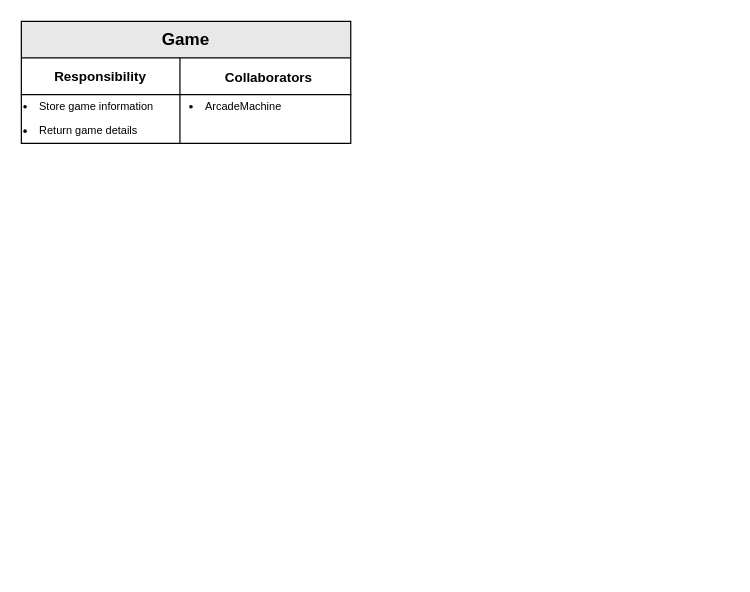
The draw.io diagram page "CRC" (1 of 4) of diagrams.drawio in ProyectoFinalSoftwareModeling/SmartCommute, before the edit. Source tidied: cells renumbered, new cells numbered last; positions are measured from the earlier drawing's top-left corner, leaving out a move shared by most shapes. Both pictures are drawn from the tidied source at 122%, with x=0, y=0 at pixel (21, 21).
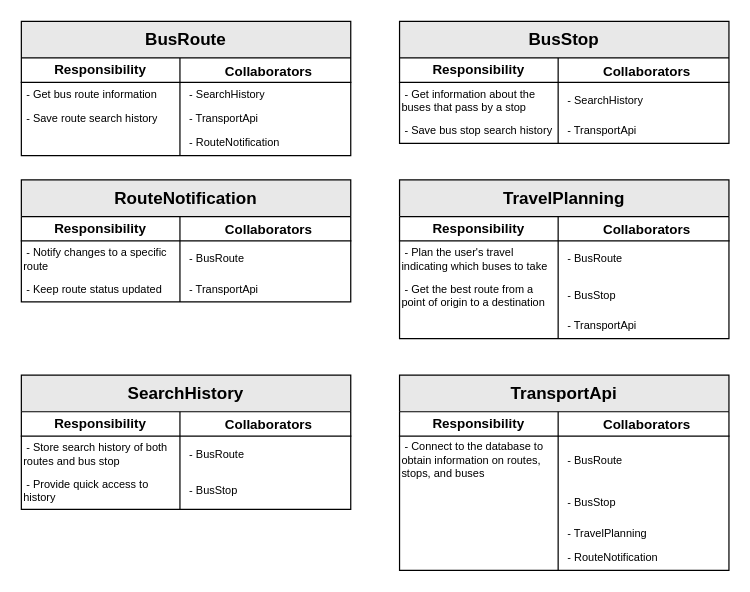
The same page after the edit.

Commit message:
Added BusRoute, BusStop, RouteNotification, TravelPlanning, SearchHistory, TransportApi in CRC cards

What changed in the source:
```diff
@@
-    <mxCell id="2" value="&lt;span style=&quot;text-wrap: nowrap;&quot;&gt;&lt;font style=&quot;font-size: 14px;&quot;&gt;Game&lt;/font&gt;&lt;/span&gt;" style="shape=table;startSize=30;childLayout=tableLayout;rowLines=0;fontStyle=1;align=center;html=1;whiteSpace=wrap;swimlaneLine=1;rounded=0;shadow=0;gradientColor=none;fillStyle=auto;fillColor=#E8E8E8;" parent="1" vertex="1">
-      <mxGeometry width="270" height="100" as="geometry" />
+    <mxCell id="2" value="&lt;span style=&quot;text-wrap: nowrap;&quot;&gt;&lt;font style=&quot;font-size: 14px;&quot;&gt;BusRoute&lt;/font&gt;&lt;/span&gt;" style="shape=table;startSize=30;childLayout=tableLayout;rowLines=0;fontStyle=1;align=center;html=1;whiteSpace=wrap;swimlaneLine=1;rounded=0;shadow=0;gradientColor=none;fillStyle=auto;fillColor=#E8E8E8;" parent="1" vertex="1">
+      <mxGeometry width="270" height="110" as="geometry" />
     </mxCell>
     <mxCell id="3" style="shape=tableRow;horizontal=0;startSize=0;swimlaneHead=0;swimlaneBody=0;fillColor=none;top=0;left=0;right=0;bottom=1;html=1;fontStyle=4;" parent="2" vertex="1">
-      <mxGeometry y="30" width="270" height="30" as="geometry" />
+      <mxGeometry y="30" width="270" height="20" as="geometry" />
     </mxCell>
     <mxCell id="4" value="&lt;span style=&quot;font-size: 11px;&quot;&gt;Responsibility&lt;/span&gt;" style="shape=partialRectangle;fillColor=none;top=0;left=0;bottom=0;right=0;fontStyle=1;overflow=hidden;html=1;whiteSpace=wrap;fontSize=11;" parent="3" vertex="1">
-      <mxGeometry width="130" height="30" as="geometry" />
+      <mxGeometry width="130" height="20" as="geometry" />
     </mxCell>
     <mxCell id="5" value="&lt;div style=&quot;&quot;&gt;&lt;font style=&quot;font-size: 11px;&quot;&gt;Collaborators&lt;/font&gt;&lt;/div&gt;" style="shape=partialRectangle;fillColor=none;top=0;left=0;bottom=0;right=0;align=center;spacingLeft=6;fontStyle=1;overflow=hidden;html=1;whiteSpace=wrap;fontSize=13;" parent="3" vertex="1">
-      <mxGeometry x="130" width="140" height="30" as="geometry" />
+      <mxGeometry x="130" width="140" height="20" as="geometry" />
     </mxCell>
     <mxCell id="6" style="shape=tableRow;horizontal=0;startSize=0;swimlaneHead=0;swimlaneBody=0;fillColor=none;top=0;left=0;right=0;bottom=0;html=1;" parent="2" vertex="1">
-      <mxGeometry y="60" width="270" height="20" as="geometry" />
+      <mxGeometry y="50" width="270" height="20" as="geometry" />
     </mxCell>
-    <mxCell id="7" value="&lt;li style=&quot;font-size: 9px;&quot;&gt;Store game information&lt;/li&gt;" style="shape=partialRectangle;fillColor=none;top=0;left=0;bottom=0;right=0;overflow=hidden;html=1;whiteSpace=wrap;align=left;fontSize=9;" parent="6" vertex="1">
+    <mxCell id="7" value="&amp;nbsp;- Get bus route information" style="shape=partialRectangle;fillColor=none;top=0;left=0;bottom=0;right=0;overflow=hidden;html=1;whiteSpace=wrap;align=left;fontSize=9;" parent="6" vertex="1">
       <mxGeometry width="130" height="20" as="geometry" />
     </mxCell>
-    <mxCell id="8" value="&lt;li&gt;ArcadeMachine&lt;/li&gt;" style="shape=partialRectangle;fillColor=none;top=0;left=0;bottom=0;right=0;align=left;spacingLeft=6;overflow=hidden;html=1;whiteSpace=wrap;fontSize=9;" parent="6" vertex="1">
+    <mxCell id="8" value="- SearchHistory" style="shape=partialRectangle;fillColor=none;top=0;left=0;bottom=0;right=0;align=left;spacingLeft=6;overflow=hidden;html=1;whiteSpace=wrap;fontSize=9;" parent="6" vertex="1">
       <mxGeometry x="130" width="140" height="20" as="geometry" />
     </mxCell>
     <mxCell id="9" style="shape=tableRow;horizontal=0;startSize=0;swimlaneHead=0;swimlaneBody=0;fillColor=none;top=0;left=0;right=0;bottom=0;html=1;" parent="2" vertex="1">
-      <mxGeometry y="80" width="270" height="20" as="geometry" />
+      <mxGeometry y="70" width="270" height="20" as="geometry" />
     </mxCell>
-    <mxCell id="10" value="&lt;li&gt;Return game details&lt;/li&gt;" style="shape=partialRectangle;fillColor=none;top=0;left=0;bottom=0;right=0;overflow=hidden;html=1;whiteSpace=wrap;fontSize=9;align=left;" parent="9" vertex="1">
+    <mxCell id="10" value="&amp;nbsp;- Save route search history" style="shape=partialRectangle;fillColor=none;top=0;left=0;bottom=0;right=0;overflow=hidden;html=1;whiteSpace=wrap;fontSize=9;align=left;" parent="9" vertex="1">
       <mxGeometry width="130" height="20" as="geometry" />
     </mxCell>
-    <mxCell id="11" style="shape=partialRectangle;fillColor=none;top=0;left=0;bottom=0;right=0;align=left;spacingLeft=6;overflow=hidden;html=1;whiteSpace=wrap;fontSize=9;" parent="9" vertex="1">
+    <mxCell id="11" value="- TransportApi" style="shape=partialRectangle;fillColor=none;top=0;left=0;bottom=0;right=0;align=left;spacingLeft=6;overflow=hidden;html=1;whiteSpace=wrap;fontSize=9;" parent="9" vertex="1">
       <mxGeometry x="130" width="140" height="20" as="geometry" />
     </mxCell>
+    <mxCell id="12" style="shape=tableRow;horizontal=0;startSize=0;swimlaneHead=0;swimlaneBody=0;fillColor=none;top=0;left=0;right=0;bottom=0;html=1;" parent="2" vertex="1">
+      <mxGeometry y="90" width="270" height="20" as="geometry" />
+    </mxCell>
+    <mxCell id="13" style="shape=partialRectangle;fillColor=none;top=0;left=0;bottom=0;right=0;overflow=hidden;html=1;whiteSpace=wrap;fontSize=9;align=left;" parent="12" vertex="1">
+      <mxGeometry width="130" height="20" as="geometry" />
+    </mxCell>
+    <mxCell id="14" value="- RouteNotification" style="shape=partialRectangle;fillColor=none;top=0;left=0;bottom=0;right=0;align=left;spacingLeft=6;overflow=hidden;html=1;whiteSpace=wrap;fontSize=9;" parent="12" vertex="1">
+      <mxGeometry x="130" width="140" height="20" as="geometry" />
+    </mxCell>
+    <mxCell id="15" value="&lt;span style=&quot;text-wrap: nowrap;&quot;&gt;&lt;font style=&quot;font-size: 14px;&quot;&gt;BusStop&lt;/font&gt;&lt;/span&gt;" style="shape=table;startSize=30;childLayout=tableLayout;rowLines=0;fontStyle=1;align=center;html=1;whiteSpace=wrap;swimlaneLine=1;rounded=0;shadow=0;gradientColor=none;fillStyle=auto;fillColor=#E8E8E8;" parent="1" vertex="1">
+      <mxGeometry x="310" width="270" height="100" as="geometry" />
+    </mxCell>
+    <mxCell id="16" style="shape=tableRow;horizontal=0;startSize=0;swimlaneHead=0;swimlaneBody=0;fillColor=none;top=0;left=0;right=0;bottom=1;html=1;fontStyle=4;" parent="15" vertex="1">
+      <mxGeometry y="30" width="270" height="20" as="geometry" />
+    </mxCell>
+    <mxCell id="17" value="&lt;span style=&quot;font-size: 11px;&quot;&gt;Responsibility&lt;/span&gt;" style="shape=partialRectangle;fillColor=none;top=0;left=0;bottom=0;right=0;fontStyle=1;overflow=hidden;html=1;whiteSpace=wrap;fontSize=11;" parent="16" vertex="1">
+      <mxGeometry width="130" height="20" as="geometry" />
+    </mxCell>
+    <mxCell id="18" value="&lt;div style=&quot;&quot;&gt;&lt;font style=&quot;font-size: 11px;&quot;&gt;Collaborators&lt;/font&gt;&lt;/div&gt;" style="shape=partialRectangle;fillColor=none;top=0;left=0;bottom=0;right=0;align=center;spacingLeft=6;fontStyle=1;overflow=hidden;html=1;whiteSpace=wrap;fontSize=13;" parent="16" vertex="1">
+      <mxGeometry x="130" width="140" height="20" as="geometry" />
+    </mxCell>
+    <mxCell id="19" style="shape=tableRow;horizontal=0;startSize=0;swimlaneHead=0;swimlaneBody=0;fillColor=none;top=0;left=0;right=0;bottom=0;html=1;" parent="15" vertex="1">
+      <mxGeometry y="50" width="270" height="30" as="geometry" />
+    </mxCell>
+    <mxCell id="20" value="&amp;nbsp;- Get information about the buses that pass by a stop" style="shape=partialRectangle;fillColor=none;top=0;left=0;bottom=0;right=0;overflow=hidden;html=1;whiteSpace=wrap;align=left;fontSize=9;" parent="19" vertex="1">
+      <mxGeometry width="130" height="30" as="geometry" />
+    </mxCell>
+    <mxCell id="21" value="- SearchHistory" style="shape=partialRectangle;fillColor=none;top=0;left=0;bottom=0;right=0;align=left;spacingLeft=6;overflow=hidden;html=1;whiteSpace=wrap;fontSize=9;" parent="19" vertex="1">
+      <mxGeometry x="130" width="140" height="30" as="geometry" />
+    </mxCell>
+    <mxCell id="22" style="shape=tableRow;horizontal=0;startSize=0;swimlaneHead=0;swimlaneBody=0;fillColor=none;top=0;left=0;right=0;bottom=0;html=1;" parent="15" vertex="1">
+      <mxGeometry y="80" width="270" height="20" as="geometry" />
+    </mxCell>
+    <mxCell id="23" value="&amp;nbsp;- Save bus stop search history" style="shape=partialRectangle;fillColor=none;top=0;left=0;bottom=0;right=0;overflow=hidden;html=1;whiteSpace=wrap;fontSize=9;align=left;" parent="22" vertex="1">
+      <mxGeometry width="130" height="20" as="geometry" />
+    </mxCell>
+    <mxCell id="24" value="- TransportApi" style="shape=partialRectangle;fillColor=none;top=0;left=0;bottom=0;right=0;align=left;spacingLeft=6;overflow=hidden;html=1;whiteSpace=wrap;fontSize=9;" parent="22" vertex="1">
+      <mxGeometry x="130" width="140" height="20" as="geometry" />
+    </mxCell>
+    <mxCell id="25" value="&lt;span style=&quot;text-wrap: nowrap;&quot;&gt;&lt;font style=&quot;font-size: 14px;&quot;&gt;RouteNotification&lt;/font&gt;&lt;/span&gt;" style="shape=table;startSize=30;childLayout=tableLayout;rowLines=0;fontStyle=1;align=center;html=1;whiteSpace=wrap;swimlaneLine=1;rounded=0;shadow=0;gradientColor=none;fillStyle=auto;fillColor=#E8E8E8;" parent="1" vertex="1">
+      <mxGeometry y="130" width="270" height="100" as="geometry" />
+    </mxCell>
+    <mxCell id="26" style="shape=tableRow;horizontal=0;startSize=0;swimlaneHead=0;swimlaneBody=0;fillColor=none;top=0;left=0;right=0;bottom=1;html=1;fontStyle=4;" parent="25" vertex="1">
+      <mxGeometry y="30" width="270" height="20" as="geometry" />
+    </mxCell>
+    <mxCell id="27" value="&lt;span style=&quot;font-size: 11px;&quot;&gt;Responsibility&lt;/span&gt;" style="shape=partialRectangle;fillColor=none;top=0;left=0;bottom=0;right=0;fontStyle=1;overflow=hidden;html=1;whiteSpace=wrap;fontSize=11;" parent="26" vertex="1">
+      <mxGeometry width="130" height="20" as="geometry" />
+    </mxCell>
+    <mxCell id="28" value="&lt;div style=&quot;&quot;&gt;&lt;font style=&quot;font-size: 11px;&quot;&gt;Collaborators&lt;/font&gt;&lt;/div&gt;" style="shape=partialRectangle;fillColor=none;top=0;left=0;bottom=0;right=0;align=center;spacingLeft=6;fontStyle=1;overflow=hidden;html=1;whiteSpace=wrap;fontSize=13;" parent="26" vertex="1">
+      <mxGeometry x="130" width="140" height="20" as="geometry" />
+    </mxCell>
+    <mxCell id="29" style="shape=tableRow;horizontal=0;startSize=0;swimlaneHead=0;swimlaneBody=0;fillColor=none;top=0;left=0;right=0;bottom=0;html=1;" parent="25" vertex="1">
+      <mxGeometry y="50" width="270" height="30" as="geometry" />
+    </mxCell>
+    <mxCell id="30" value="&amp;nbsp;-&amp;nbsp;Notify changes to a specific route" style="shape=partialRectangle;fillColor=none;top=0;left=0;bottom=0;right=0;overflow=hidden;html=1;whiteSpace=wrap;align=left;fontSize=9;" parent="29" vertex="1">
+      <mxGeometry width="130" height="30" as="geometry" />
+    </mxCell>
+    <mxCell id="31" value="- BusRoute" style="shape=partialRectangle;fillColor=none;top=0;left=0;bottom=0;right=0;align=left;spacingLeft=6;overflow=hidden;html=1;whiteSpace=wrap;fontSize=9;" parent="29" vertex="1">
+      <mxGeometry x="130" width="140" height="30" as="geometry" />
+    </mxCell>
+    <mxCell id="32" style="shape=tableRow;horizontal=0;startSize=0;swimlaneHead=0;swimlaneBody=0;fillColor=none;top=0;left=0;right=0;bottom=0;html=1;" parent="25" vertex="1">
+      <mxGeometry y="80" width="270" height="20" as="geometry" />
+    </mxCell>
+    <mxCell id="33" value="&amp;nbsp;- Keep route status updated" style="shape=partialRectangle;fillColor=none;top=0;left=0;bottom=0;right=0;overflow=hidden;html=1;whiteSpace=wrap;fontSize=9;align=left;" parent="32" vertex="1">
+      <mxGeometry width="130" height="20" as="geometry" />
+    </mxCell>
+    <mxCell id="34" value="- TransportApi" style="shape=partialRectangle;fillColor=none;top=0;left=0;bottom=0;right=0;align=left;spacingLeft=6;overflow=hidden;html=1;whiteSpace=wrap;fontSize=9;" parent="32" vertex="1">
+      <mxGeometry x="130" width="140" height="20" as="geometry" />
+    </mxCell>
+    <mxCell id="35" value="&lt;span style=&quot;text-wrap: nowrap;&quot;&gt;&lt;font style=&quot;font-size: 14px;&quot;&gt;TravelPlanning&lt;/font&gt;&lt;/span&gt;" style="shape=table;startSize=30;childLayout=tableLayout;rowLines=0;fontStyle=1;align=center;html=1;whiteSpace=wrap;swimlaneLine=1;rounded=0;shadow=0;gradientColor=none;fillStyle=auto;fillColor=#E8E8E8;" parent="1" vertex="1">
+      <mxGeometry x="310" y="130" width="270" height="130" as="geometry" />
+    </mxCell>
+    <mxCell id="36" style="shape=tableRow;horizontal=0;startSize=0;swimlaneHead=0;swimlaneBody=0;fillColor=none;top=0;left=0;right=0;bottom=1;html=1;fontStyle=4;" parent="35" vertex="1">
+      <mxGeometry y="30" width="270" height="20" as="geometry" />
+    </mxCell>
+    <mxCell id="37" value="&lt;span style=&quot;font-size: 11px;&quot;&gt;Responsibility&lt;/span&gt;" style="shape=partialRectangle;fillColor=none;top=0;left=0;bottom=0;right=0;fontStyle=1;overflow=hidden;html=1;whiteSpace=wrap;fontSize=11;" parent="36" vertex="1">
+      <mxGeometry width="130" height="20" as="geometry" />
+    </mxCell>
+    <mxCell id="38" value="&lt;div style=&quot;&quot;&gt;&lt;font style=&quot;font-size: 11px;&quot;&gt;Collaborators&lt;/font&gt;&lt;/div&gt;" style="shape=partialRectangle;fillColor=none;top=0;left=0;bottom=0;right=0;align=center;spacingLeft=6;fontStyle=1;overflow=hidden;html=1;whiteSpace=wrap;fontSize=13;" parent="36" vertex="1">
+      <mxGeometry x="130" width="140" height="20" as="geometry" />
+    </mxCell>
+    <mxCell id="39" style="shape=tableRow;horizontal=0;startSize=0;swimlaneHead=0;swimlaneBody=0;fillColor=none;top=0;left=0;right=0;bottom=0;html=1;" parent="35" vertex="1">
+      <mxGeometry y="50" width="270" height="30" as="geometry" />
+    </mxCell>
+    <mxCell id="40" value="&amp;nbsp;-&amp;nbsp;Plan the user's travel indicating which buses to take" style="shape=partialRectangle;fillColor=none;top=0;left=0;bottom=0;right=0;overflow=hidden;html=1;whiteSpace=wrap;align=left;fontSize=9;" parent="39" vertex="1">
+      <mxGeometry width="130" height="30" as="geometry" />
+    </mxCell>
+    <mxCell id="41" value="- BusRoute" style="shape=partialRectangle;fillColor=none;top=0;left=0;bottom=0;right=0;align=left;spacingLeft=6;overflow=hidden;html=1;whiteSpace=wrap;fontSize=9;" parent="39" vertex="1">
+      <mxGeometry x="130" width="140" height="30" as="geometry" />
+    </mxCell>
+    <mxCell id="42" style="shape=tableRow;horizontal=0;startSize=0;swimlaneHead=0;swimlaneBody=0;fillColor=none;top=0;left=0;right=0;bottom=0;html=1;" parent="35" vertex="1">
+      <mxGeometry y="80" width="270" height="30" as="geometry" />
+    </mxCell>
+    <mxCell id="43" value="&amp;nbsp;- Get the best route from a point of origin to a destination" style="shape=partialRectangle;fillColor=none;top=0;left=0;bottom=0;right=0;overflow=hidden;html=1;whiteSpace=wrap;fontSize=9;align=left;" parent="42" vertex="1">
+      <mxGeometry width="130" height="30" as="geometry" />
+    </mxCell>
+    <mxCell id="44" value="- BusStop" style="shape=partialRectangle;fillColor=none;top=0;left=0;bottom=0;right=0;align=left;spacingLeft=6;overflow=hidden;html=1;whiteSpace=wrap;fontSize=9;" parent="42" vertex="1">
+      <mxGeometry x="130" width="140" height="30" as="geometry" />
+    </mxCell>
+    <mxCell id="45" style="shape=tableRow;horizontal=0;startSize=0;swimlaneHead=0;swimlaneBody=0;fillColor=none;top=0;left=0;right=0;bottom=0;html=1;" parent="35" vertex="1">
+      <mxGeometry y="110" width="270" height="20" as="geometry" />
+    </mxCell>
+    <mxCell id="46" style="shape=partialRectangle;fillColor=none;top=0;left=0;bottom=0;right=0;overflow=hidden;html=1;whiteSpace=wrap;fontSize=9;align=left;" parent="45" vertex="1">
+      <mxGeometry width="130" height="20" as="geometry" />
+    </mxCell>
+    <mxCell id="47" value="- TransportApi" style="shape=partialRectangle;fillColor=none;top=0;left=0;bottom=0;right=0;align=left;spacingLeft=6;overflow=hidden;html=1;whiteSpace=wrap;fontSize=9;" parent="45" vertex="1">
+      <mxGeometry x="130" width="140" height="20" as="geometry" />
+    </mxCell>
+    <mxCell id="48" value="&lt;span style=&quot;text-wrap: nowrap;&quot;&gt;&lt;font style=&quot;font-size: 14px;&quot;&gt;SearchHistory&lt;/font&gt;&lt;/span&gt;" style="shape=table;startSize=30;childLayout=tableLayout;rowLines=0;fontStyle=1;align=center;html=1;whiteSpace=wrap;swimlaneLine=1;rounded=0;shadow=0;gradientColor=none;fillStyle=auto;fillColor=#E8E8E8;" parent="1" vertex="1">
+      <mxGeometry y="290" width="270" height="110" as="geometry" />
+    </mxCell>
+    <mxCell id="49" style="shape=tableRow;horizontal=0;startSize=0;swimlaneHead=0;swimlaneBody=0;fillColor=none;top=0;left=0;right=0;bottom=1;html=1;fontStyle=4;" parent="48" vertex="1">
+      <mxGeometry y="30" width="270" height="20" as="geometry" />
+    </mxCell>
+    <mxCell id="50" value="&lt;span style=&quot;font-size: 11px;&quot;&gt;Responsibility&lt;/span&gt;" style="shape=partialRectangle;fillColor=none;top=0;left=0;bottom=0;right=0;fontStyle=1;overflow=hidden;html=1;whiteSpace=wrap;fontSize=11;" parent="49" vertex="1">
+      <mxGeometry width="130" height="20" as="geometry" />
+    </mxCell>
+    <mxCell id="51" value="&lt;div style=&quot;&quot;&gt;&lt;font style=&quot;font-size: 11px;&quot;&gt;Collaborators&lt;/font&gt;&lt;/div&gt;" style="shape=partialRectangle;fillColor=none;top=0;left=0;bottom=0;right=0;align=center;spacingLeft=6;fontStyle=1;overflow=hidden;html=1;whiteSpace=wrap;fontSize=13;" parent="49" vertex="1">
+      <mxGeometry x="130" width="140" height="20" as="geometry" />
+    </mxCell>
+    <mxCell id="52" style="shape=tableRow;horizontal=0;startSize=0;swimlaneHead=0;swimlaneBody=0;fillColor=none;top=0;left=0;right=0;bottom=0;html=1;" parent="48" vertex="1">
+      <mxGeometry y="50" width="270" height="30" as="geometry" />
+    </mxCell>
+    <mxCell id="53" value="&amp;nbsp;-&amp;nbsp;Store search history of both routes and bus stop" style="shape=partialRectangle;fillColor=none;top=0;left=0;bottom=0;right=0;overflow=hidden;html=1;whiteSpace=wrap;align=left;fontSize=9;" parent="52" vertex="1">
+      <mxGeometry width="130" height="30" as="geometry" />
+    </mxCell>
+    <mxCell id="54" value="- BusRoute" style="shape=partialRectangle;fillColor=none;top=0;left=0;bottom=0;right=0;align=left;spacingLeft=6;overflow=hidden;html=1;whiteSpace=wrap;fontSize=9;" parent="52" vertex="1">
+      <mxGeometry x="130" width="140" height="30" as="geometry" />
+    </mxCell>
+    <mxCell id="55" style="shape=tableRow;horizontal=0;startSize=0;swimlaneHead=0;swimlaneBody=0;fillColor=none;top=0;left=0;right=0;bottom=0;html=1;" parent="48" vertex="1">
+      <mxGeometry y="80" width="270" height="30" as="geometry" />
+    </mxCell>
+    <mxCell id="56" value="&amp;nbsp;- Provide quick access to history" style="shape=partialRectangle;fillColor=none;top=0;left=0;bottom=0;right=0;overflow=hidden;html=1;whiteSpace=wrap;fontSize=9;align=left;" parent="55" vertex="1">
+      <mxGeometry width="130" height="30" as="geometry" />
+    </mxCell>
+    <mxCell id="57" value="- BusStop" style="shape=partialRectangle;fillColor=none;top=0;left=0;bottom=0;right=0;align=left;spacingLeft=6;overflow=hidden;html=1;whiteSpace=wrap;fontSize=9;" parent="55" vertex="1">
+      <mxGeometry x="130" width="140" height="30" as="geometry" />
+    </mxCell>
+    <mxCell id="58" value="&lt;span style=&quot;text-wrap: nowrap;&quot;&gt;&lt;font style=&quot;font-size: 14px;&quot;&gt;TransportApi&lt;/font&gt;&lt;/span&gt;" style="shape=table;startSize=30;childLayout=tableLayout;rowLines=0;fontStyle=1;align=center;html=1;whiteSpace=wrap;swimlaneLine=1;rounded=0;shadow=0;gradientColor=none;fillStyle=auto;fillColor=#E8E8E8;" parent="1" vertex="1">
+      <mxGeometry x="310" y="290" width="270" height="160" as="geometry" />
+    </mxCell>
+    <mxCell id="59" style="shape=tableRow;horizontal=0;startSize=0;swimlaneHead=0;swimlaneBody=0;fillColor=none;top=0;left=0;right=0;bottom=1;html=1;fontStyle=4;" parent="58" vertex="1">
+      <mxGeometry y="30" width="270" height="20" as="geometry" />
+    </mxCell>
+    <mxCell id="60" value="&lt;span style=&quot;font-size: 11px;&quot;&gt;Responsibility&lt;/span&gt;" style="shape=partialRectangle;fillColor=none;top=0;left=0;bottom=0;right=0;fontStyle=1;overflow=hidden;html=1;whiteSpace=wrap;fontSize=11;" parent="59" vertex="1">
+      <mxGeometry width="130" height="20" as="geometry" />
+    </mxCell>
+    <mxCell id="61" value="&lt;div style=&quot;&quot;&gt;&lt;font style=&quot;font-size: 11px;&quot;&gt;Collaborators&lt;/font&gt;&lt;/div&gt;" style="shape=partialRectangle;fillColor=none;top=0;left=0;bottom=0;right=0;align=center;spacingLeft=6;fontStyle=1;overflow=hidden;html=1;whiteSpace=wrap;fontSize=13;" parent="59" vertex="1">
+      <mxGeometry x="130" width="140" height="20" as="geometry" />
+    </mxCell>
+    <mxCell id="62" style="shape=tableRow;horizontal=0;startSize=0;swimlaneHead=0;swimlaneBody=0;fillColor=none;top=0;left=0;right=0;bottom=0;html=1;" parent="58" vertex="1">
+      <mxGeometry y="50" width="270" height="40" as="geometry" />
+    </mxCell>
+    <mxCell id="63" value="&amp;nbsp;-&amp;nbsp;Connect to the database to obtain information on routes, stops, and buses" style="shape=partialRectangle;fillColor=none;top=0;left=0;bottom=0;right=0;overflow=hidden;html=1;whiteSpace=wrap;align=left;fontSize=9;" parent="62" vertex="1">
+      <mxGeometry width="130" height="40" as="geometry" />
+    </mxCell>
+    <mxCell id="64" value="- BusRoute" style="shape=partialRectangle;fillColor=none;top=0;left=0;bottom=0;right=0;align=left;spacingLeft=6;overflow=hidden;html=1;whiteSpace=wrap;fontSize=9;" parent="62" vertex="1">
+      <mxGeometry x="130" width="140" height="40" as="geometry" />
+    </mxCell>
+    <mxCell id="65" style="shape=tableRow;horizontal=0;startSize=0;swimlaneHead=0;swimlaneBody=0;fillColor=none;top=0;left=0;right=0;bottom=0;html=1;" parent="58" vertex="1">
+      <mxGeometry y="90" width="270" height="30" as="geometry" />
+    </mxCell>
+    <mxCell id="66" style="shape=partialRectangle;fillColor=none;top=0;left=0;bottom=0;right=0;overflow=hidden;html=1;whiteSpace=wrap;fontSize=9;align=left;" parent="65" vertex="1">
+      <mxGeometry width="130" height="30" as="geometry" />
+    </mxCell>
+    <mxCell id="67" value="- BusStop" style="shape=partialRectangle;fillColor=none;top=0;left=0;bottom=0;right=0;align=left;spacingLeft=6;overflow=hidden;html=1;whiteSpace=wrap;fontSize=9;" parent="65" vertex="1">
+      <mxGeometry x="130" width="140" height="30" as="geometry" />
+    </mxCell>
+    <mxCell id="68" style="shape=tableRow;horizontal=0;startSize=0;swimlaneHead=0;swimlaneBody=0;fillColor=none;top=0;left=0;right=0;bottom=0;html=1;" parent="58" vertex="1">
+      <mxGeometry y="120" width="270" height="20" as="geometry" />
+    </mxCell>
+    <mxCell id="69" style="shape=partialRectangle;fillColor=none;top=0;left=0;bottom=0;right=0;overflow=hidden;html=1;whiteSpace=wrap;fontSize=9;align=left;" parent="68" vertex="1">
+      <mxGeometry width="130" height="20" as="geometry" />
+    </mxCell>
+    <mxCell id="70" value="- TravelPlanning" style="shape=partialRectangle;fillColor=none;top=0;left=0;bottom=0;right=0;align=left;spacingLeft=6;overflow=hidden;html=1;whiteSpace=wrap;fontSize=9;" parent="68" vertex="1">
+      <mxGeometry x="130" width="140" height="20" as="geometry" />
+    </mxCell>
+    <mxCell id="71" style="shape=tableRow;horizontal=0;startSize=0;swimlaneHead=0;swimlaneBody=0;fillColor=none;top=0;left=0;right=0;bottom=0;html=1;" parent="58" vertex="1">
+      <mxGeometry y="140" width="270" height="20" as="geometry" />
+    </mxCell>
+    <mxCell id="72" style="shape=partialRectangle;fillColor=none;top=0;left=0;bottom=0;right=0;overflow=hidden;html=1;whiteSpace=wrap;fontSize=9;align=left;" parent="71" vertex="1">
+      <mxGeometry width="130" height="20" as="geometry" />
+    </mxCell>
+    <mxCell id="73" value="- RouteNotification" style="shape=partialRectangle;fillColor=none;top=0;left=0;bottom=0;right=0;align=left;spacingLeft=6;overflow=hidden;html=1;whiteSpace=wrap;fontSize=9;" parent="71" vertex="1">
+      <mxGeometry x="130" width="140" height="20" as="geometry" />
+    </mxCell>
```
